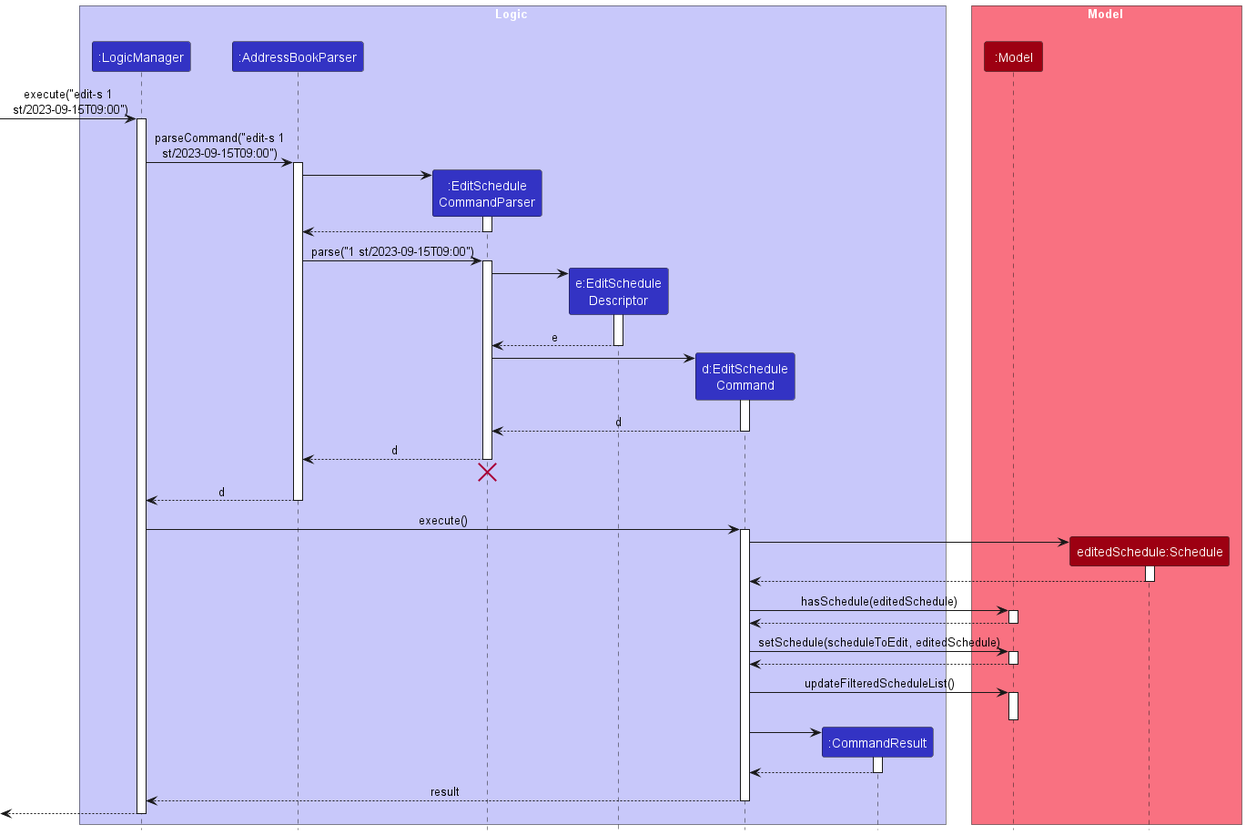
Before: docs/images/EditScheduleSequenceDiagram.png, a diagram exported from PlantUML (nus-cs2103-AY2324S1/tp).
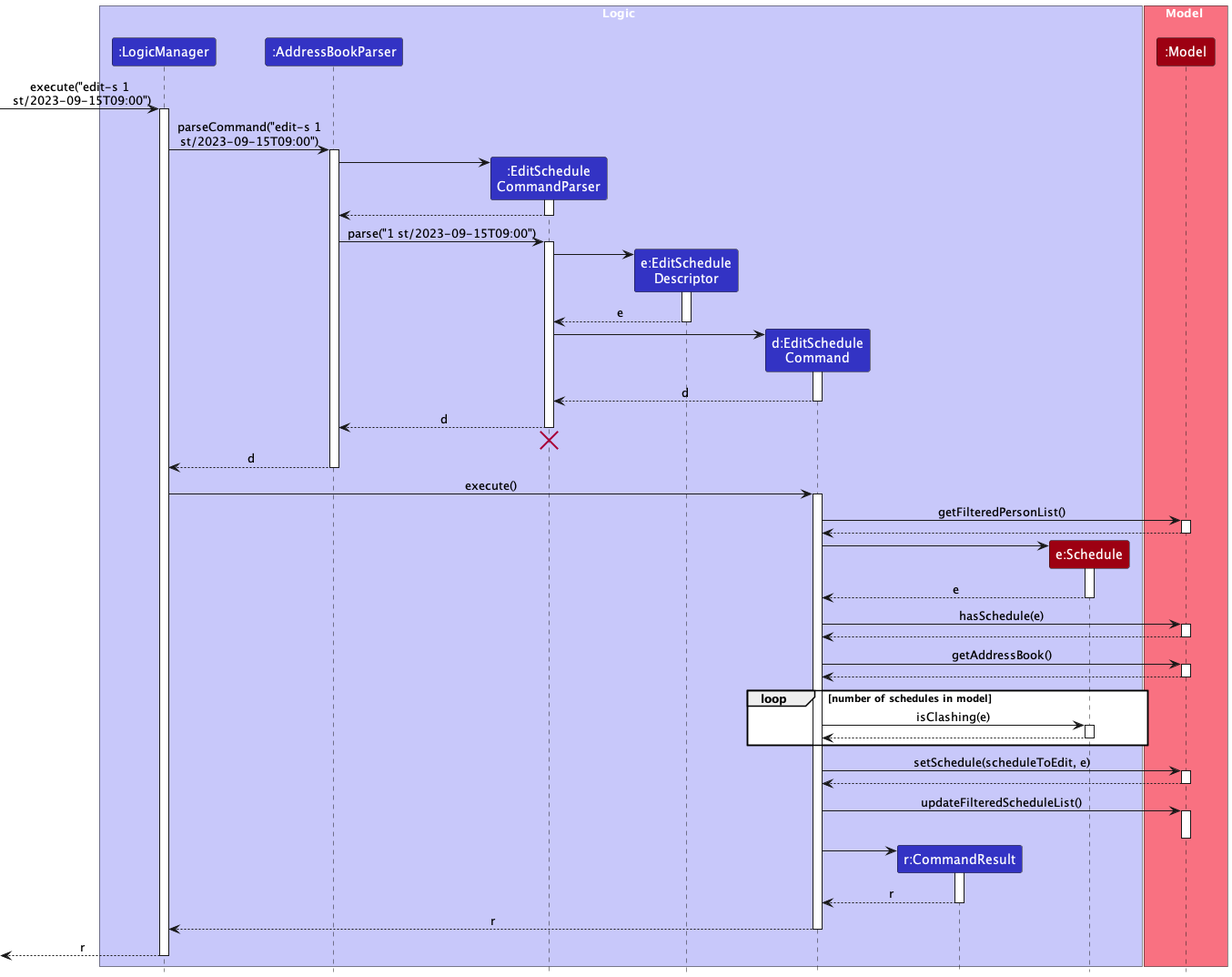
After the commit.

Change to the diagram source:
```diff
@@ -8,12 +8,12 @@
 participant ":EditSchedule\nCommandParser" as EditScheduleCommandParser LOGIC_COLOR
 participant "e:EditSchedule\nDescriptor" as EditScheduleDescriptor LOGIC_COLOR
 participant "d:EditSchedule\nCommand" as EditScheduleCommand LOGIC_COLOR
-participant ":CommandResult" as CommandResult LOGIC_COLOR
+participant "r:CommandResult" as CommandResult LOGIC_COLOR
+participant "e:Schedule" as EditedSchedule MODEL_COLOR
 end box
 
 box Model MODEL_COLOR_T1
 participant ":Model" as Model MODEL_COLOR
-participant "editedSchedule:Schedule" as EditedSchedule MODEL_COLOR
 end box
 
 [-> LogicManager : execute("edit-s 1\n st/2023-09-15T09:00")
@@ -57,12 +57,26 @@
 LogicManager -> EditScheduleCommand : execute()
 activate EditScheduleCommand
 
+EditScheduleCommand -> Model ++ : getFilteredPersonList()
+return
+
 create EditedSchedule
 EditScheduleCommand -> EditedSchedule ++
+return e
+EditScheduleCommand -> Model ++ : hasSchedule(e)
 return
-EditScheduleCommand -> Model ++ : hasSchedule(editedSchedule)
+
+EditScheduleCommand -> Model ++ : getAddressBook()
 return
-EditScheduleCommand -> Model ++ : setSchedule(scheduleToEdit, editedSchedule)
+
+loop number of schedules in model
+    EditScheduleCommand -> EditedSchedule : isClashing(e)
+    activate EditedSchedule
+    EditedSchedule --> EditScheduleCommand
+    deactivate EditedSchedule
+end
+
+EditScheduleCommand -> Model ++ : setSchedule(scheduleToEdit, e)
 return
 EditScheduleCommand -> Model ++ : updateFilteredScheduleList()
 deactivate Model
@@ -73,12 +87,12 @@
 EditScheduleCommand -> CommandResult
 activate CommandResult
 
-CommandResult --> EditScheduleCommand
+CommandResult --> EditScheduleCommand : r
 deactivate CommandResult
 
-EditScheduleCommand --> LogicManager : result
+EditScheduleCommand --> LogicManager : r
 deactivate EditScheduleCommand
 
-[<--LogicManager
+[<--LogicManager : r
 deactivate LogicManager
 @enduml
```
